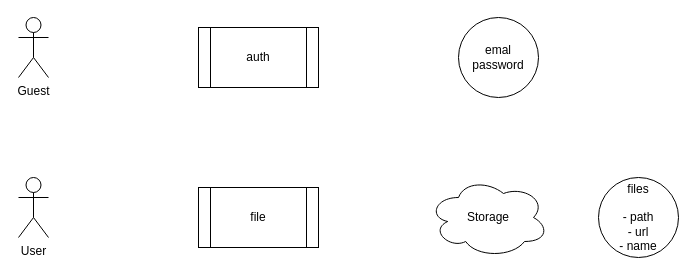
Above: page "Page-13" (13 of 13) of Java.drawio in ninydev/pvu111 (draw.io), before the change. Source tidied: cells renumbered, new cells numbered last; positions are measured from the earlier drawing's top-left corner, leaving out a move shared by most shapes. Both pictures are drawn from the tidied source at 100%, with x=0, y=0 at pixel (18, 17).
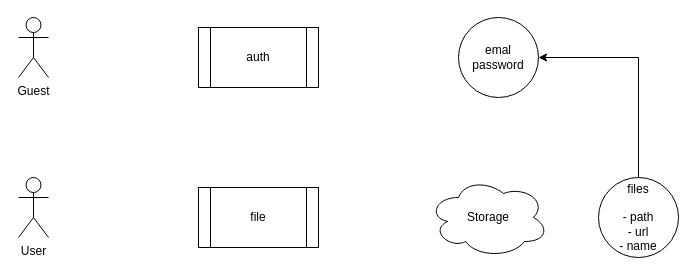
Above is the later version.

Diff of the diagram source:
```diff
@@
 <mxGraphModel>
   <root>
     <mxCell id="0" />
     <mxCell id="1" parent="0" />
     <mxCell id="2" value="Guest" style="shape=umlActor;verticalLabelPosition=bottom;verticalAlign=top;html=1;" parent="1" vertex="1">
       <mxGeometry width="30" height="60" as="geometry" />
     </mxCell>
     <mxCell id="3" value="auth" style="shape=process;whiteSpace=wrap;html=1;backgroundOutline=1;" parent="1" vertex="1">
       <mxGeometry x="180" y="10" width="120" height="60" as="geometry" />
     </mxCell>
     <mxCell id="4" value="emal&lt;br&gt;password" style="ellipse;whiteSpace=wrap;html=1;" parent="1" vertex="1">
       <mxGeometry x="440" width="80" height="80" as="geometry" />
     </mxCell>
     <mxCell id="5" value="User" style="shape=umlActor;verticalLabelPosition=bottom;verticalAlign=top;html=1;" parent="1" vertex="1">
       <mxGeometry y="160" width="30" height="60" as="geometry" />
     </mxCell>
     <mxCell id="6" value="file" style="shape=process;whiteSpace=wrap;html=1;backgroundOutline=1;" parent="1" vertex="1">
       <mxGeometry x="180" y="170" width="120" height="60" as="geometry" />
     </mxCell>
     <mxCell id="7" value="Storage" style="ellipse;shape=cloud;whiteSpace=wrap;html=1;" parent="1" vertex="1">
       <mxGeometry x="410" y="160" width="120" height="80" as="geometry" />
     </mxCell>
+    <mxCell id="9" style="edgeStyle=orthogonalEdgeStyle;rounded=0;jettySize=auto;html=1;entryX=1;entryY=0.5;entryDx=0;entryDy=0;" parent="1" edge="1" source="8" target="4">
+      <mxGeometry relative="1" as="geometry">
+        <Array as="points">
+          <mxPoint x="620" y="40" />
+        </Array>
+      </mxGeometry>
+    </mxCell>
     <mxCell id="8" value="files&lt;br&gt;&lt;br&gt;- path&lt;br&gt;- url&lt;br&gt;- name" style="ellipse;whiteSpace=wrap;html=1;" parent="1" vertex="1">
       <mxGeometry x="580" y="160" width="80" height="80" as="geometry" />
     </mxCell>
   </root>
 </mxGraphModel>
```
